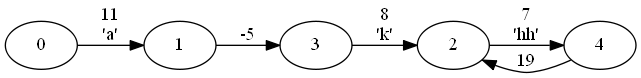
Before: G.png, a diagram exported from Graphviz (tiagoviniciuslopes/trabPAA2). Its source is kept beside it as G.dot.
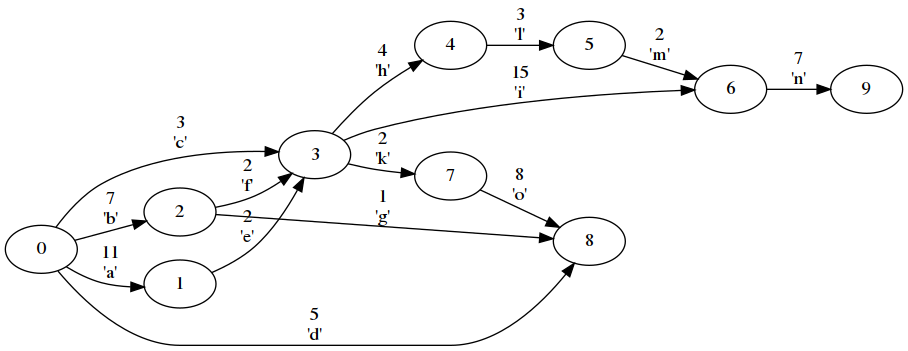
The same file after the commit.

Diff of the diagram source:
```diff
@@ -2,12 +2,30 @@
 rankdir=LR
 	0 -> 1 [label="11
 'a'"];
-	1 -> 3 [label="-5
-"];
-	2 -> 4 [label="7
-'hh'"];
-	3 -> 2 [label="8
+	0 -> 2 [label="7
+'b'"];
+	0 -> 3 [label="3
+'c'"];
+	0 -> 8 [label="5
+'d'"];
+	1 -> 3 [label="2
+'e'"];
+	2 -> 3 [label="2
+'f'"];
+	2 -> 8 [label="1
+'g'"];
+	3 -> 4 [label="4
+'h'"];
+	3 -> 6 [label="15
+'i'"];
+	3 -> 7 [label="2
 'k'"];
-	4 -> 2 [label="19
-"];
+	4 -> 5 [label="3
+'l'"];
+	5 -> 6 [label="2
+'m'"];
+	6 -> 9 [label="7
+'n'"];
+	7 -> 8 [label="8
+'o'"];
 }
```
